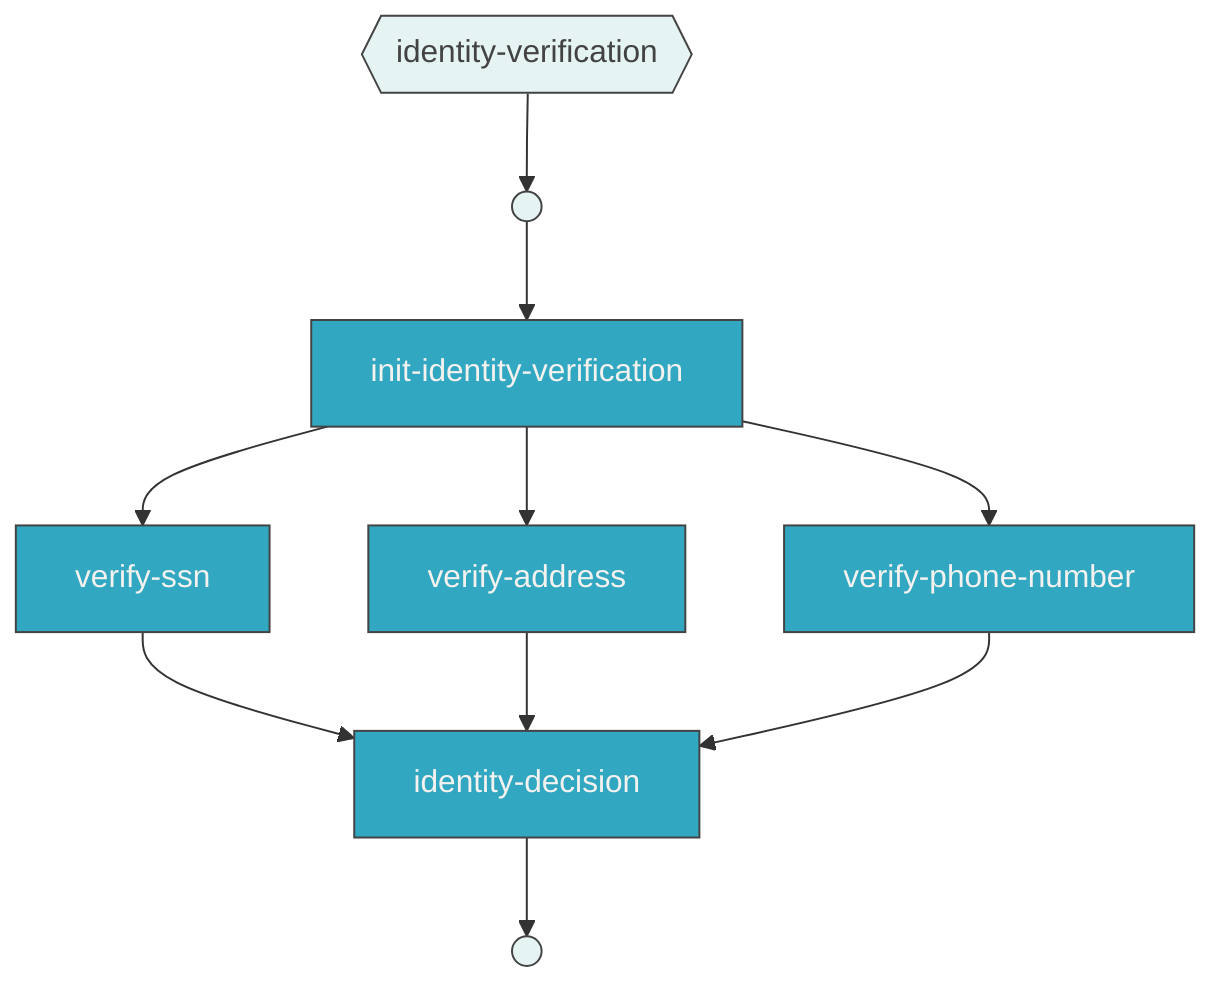
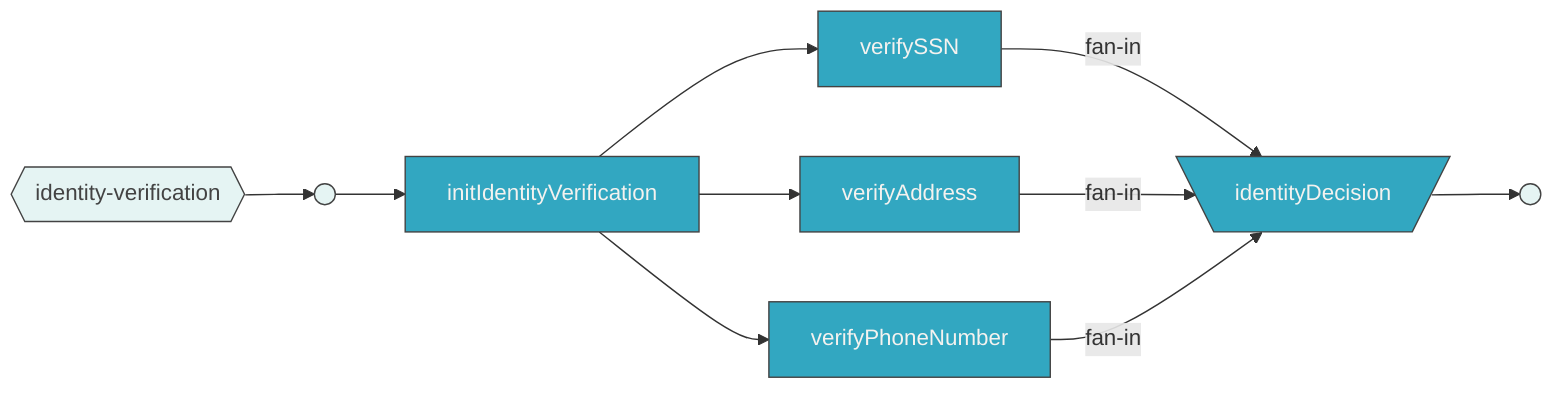
- graph TD
+ graph LR
    classDef task fill:#32a7c1,color:#f4f2ef,stroke:#434343
+     classDef sub fill:#ed2e92,color:#f4f2ef,stroke:#434343
    classDef term fill:#e5f4f3,color:#434343,stroke:#434343

    _title{{"identity-verification"}}:::term --> _start
-     _start(( )):::term --> t0["init-identity-verification"]:::task
-     t0 --> t1["verify-ssn"]:::task
-     t0 --> t2["verify-address"]:::task
-     t0 --> t3["verify-phone-number"]:::task
-     t1 --> t4["identity-decision"]:::task
-     t2 --> t4
-     t3 --> t4
+     t4@{ shape: trap-t, label: "identityDecision" }
+     _start(( )):::term --> t0["initIdentityVerification"]:::task
+     t0 --> t1["verifySSN"]:::task
+     t0 --> t2["verifyAddress"]:::task
+     t0 --> t3["verifyPhoneNumber"]:::task
+     t1 -->|"fan-in"| t4
+     t2 -->|"fan-in"| t4
+     t3 -->|"fan-in"| t4
    t4 --> _end(( )):::term
+     class t4 task
